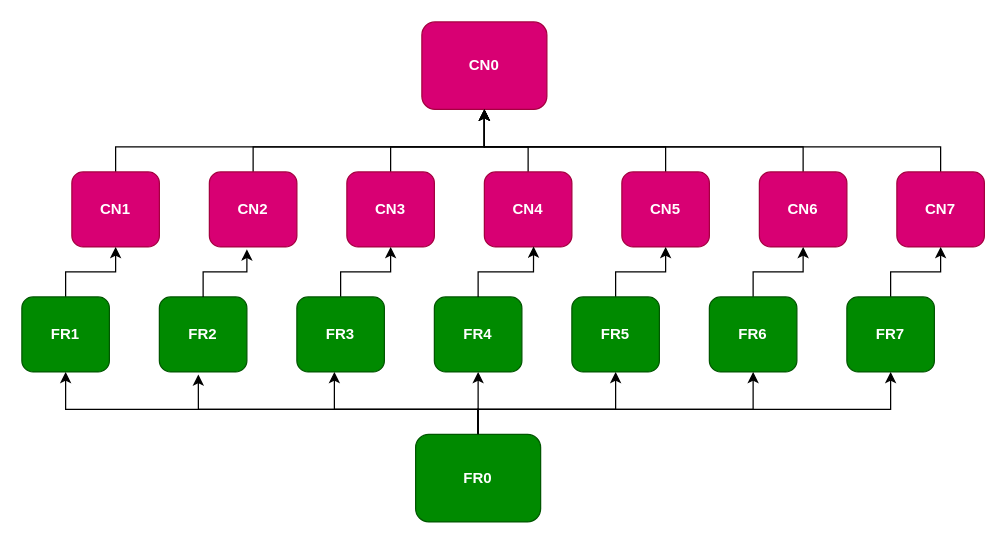
Above: page "CN & FR (Week 5)" (2 of 6) of Untitled Diagram.drawio in asdismilla/FlowChart (draw.io), before the change. Source tidied: cells renumbered, new cells numbered last; positions are measured from the earlier drawing's top-left corner, leaving out a move shared by most shapes. Both pictures are drawn from the tidied source at 125%, with x=0, y=0 at pixel (21, 21).
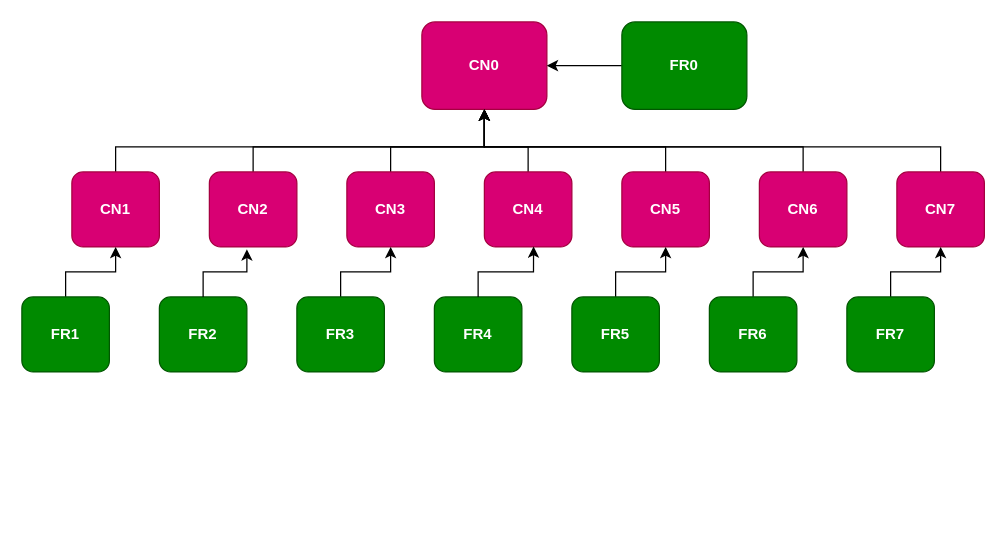
The same diagram, later.

Unchanged cells that the change refers to:
```xml
<mxCell id="2" value="&lt;b&gt;CN0&lt;/b&gt;" style="rounded=1;whiteSpace=wrap;html=1;fillColor=#d80073;fontColor=#ffffff;strokeColor=#A50040;" parent="1" vertex="1">
  <mxGeometry x="320" width="100" height="70" as="geometry" />
</mxCell>
<mxCell id="18" value="&lt;b&gt;FR7&lt;/b&gt;" style="rounded=1;whiteSpace=wrap;html=1;fillColor=#008a00;fontColor=#ffffff;strokeColor=#005700;" parent="1" vertex="1">
  <mxGeometry x="660" y="220" width="70" height="60" as="geometry" />
</mxCell>
<mxCell id="20" value="&lt;b&gt;FR6&lt;/b&gt;" style="rounded=1;whiteSpace=wrap;html=1;fillColor=#008a00;fontColor=#ffffff;strokeColor=#005700;" parent="1" vertex="1">
  <mxGeometry x="550" y="220" width="70" height="60" as="geometry" />
</mxCell>
<mxCell id="22" value="&lt;b&gt;FR5&lt;/b&gt;" style="rounded=1;whiteSpace=wrap;html=1;fillColor=#008a00;fontColor=#ffffff;strokeColor=#005700;" parent="1" vertex="1">
  <mxGeometry x="440" y="220" width="70" height="60" as="geometry" />
</mxCell>
<mxCell id="23" value="&lt;b&gt;FR4&lt;/b&gt;" style="rounded=1;whiteSpace=wrap;html=1;fillColor=#008a00;fontColor=#ffffff;strokeColor=#005700;" parent="1" vertex="1">
  <mxGeometry x="330" y="220" width="70" height="60" as="geometry" />
</mxCell>
<mxCell id="26" value="&lt;b&gt;FR2&lt;/b&gt;" style="rounded=1;whiteSpace=wrap;html=1;fillColor=#008a00;fontColor=#ffffff;strokeColor=#005700;" parent="1" vertex="1">
  <mxGeometry x="110" y="220" width="70" height="60" as="geometry" />
</mxCell>
<mxCell id="28" value="&lt;b&gt;FR1&lt;/b&gt;" style="rounded=1;whiteSpace=wrap;html=1;fillColor=#008a00;fontColor=#ffffff;strokeColor=#005700;" parent="1" vertex="1">
  <mxGeometry y="220" width="70" height="60" as="geometry" />
</mxCell>
```

Diff of the diagram source:
```diff
@@
-    <mxCell id="31" style="edgeStyle=orthogonalEdgeStyle;rounded=0;jettySize=auto;html=1;entryX=0.5;entryY=1;entryDx=0;entryDy=0;" parent="1" edge="1" source="37" target="28">
-      <mxGeometry relative="1" as="geometry">
-        <Array as="points">
-          <mxPoint x="365" y="310" />
-          <mxPoint x="35" y="310" />
-        </Array>
-      </mxGeometry>
-    </mxCell>
-    <mxCell id="32" style="edgeStyle=orthogonalEdgeStyle;rounded=0;jettySize=auto;html=1;" parent="1" edge="1" source="37">
-      <mxGeometry relative="1" as="geometry">
-        <mxPoint x="250" y="280" as="targetPoint" />
-        <Array as="points">
-          <mxPoint x="365" y="310" />
-          <mxPoint x="250" y="310" />
-        </Array>
-      </mxGeometry>
-    </mxCell>
-    <mxCell id="33" style="edgeStyle=orthogonalEdgeStyle;rounded=0;jettySize=auto;html=1;exitX=0.5;exitY=0;exitDx=0;exitDy=0;entryX=0.5;entryY=1;entryDx=0;entryDy=0;" parent="1" edge="1" source="37" target="23">
-      <mxGeometry relative="1" as="geometry" />
-    </mxCell>
-    <mxCell id="34" style="edgeStyle=orthogonalEdgeStyle;rounded=0;jettySize=auto;html=1;entryX=0.5;entryY=1;entryDx=0;entryDy=0;" parent="1" edge="1" source="37" target="22">
-      <mxGeometry relative="1" as="geometry">
-        <Array as="points">
-          <mxPoint x="365" y="310" />
-          <mxPoint x="475" y="310" />
-        </Array>
-      </mxGeometry>
-    </mxCell>
-    <mxCell id="35" style="edgeStyle=orthogonalEdgeStyle;rounded=0;jettySize=auto;html=1;" parent="1" edge="1" source="37" target="20">
-      <mxGeometry relative="1" as="geometry">
-        <Array as="points">
-          <mxPoint x="365" y="310" />
-          <mxPoint x="585" y="310" />
-        </Array>
-      </mxGeometry>
-    </mxCell>
-    <mxCell id="36" style="edgeStyle=orthogonalEdgeStyle;rounded=0;jettySize=auto;html=1;entryX=0.5;entryY=1;entryDx=0;entryDy=0;" parent="1" edge="1" source="37" target="18">
-      <mxGeometry relative="1" as="geometry">
-        <Array as="points">
-          <mxPoint x="365" y="310" />
-          <mxPoint x="695" y="310" />
-        </Array>
-      </mxGeometry>
-    </mxCell>
+    <mxCell id="39" style="edgeStyle=orthogonalEdgeStyle;rounded=0;jettySize=auto;html=1;entryX=1;entryY=0.5;entryDx=0;entryDy=0;" parent="1" edge="1" source="37" target="2">
+      <mxGeometry relative="1" as="geometry" />
+    </mxCell>
     <mxCell id="37" value="&lt;b&gt;FR0&lt;/b&gt;" style="rounded=1;whiteSpace=wrap;html=1;fillColor=#008a00;fontColor=#ffffff;strokeColor=#005700;" parent="1" vertex="1">
-      <mxGeometry x="315" y="330" width="100" height="70" as="geometry" />
+      <mxGeometry x="480" width="100" height="70" as="geometry" />
     </mxCell>
-    <mxCell id="38" style="edgeStyle=orthogonalEdgeStyle;rounded=0;jettySize=auto;html=1;exitX=0.5;exitY=0;exitDx=0;exitDy=0;entryX=0.445;entryY=1.035;entryDx=0;entryDy=0;entryPerimeter=0;" parent="1" edge="1" source="37" target="26">
-      <mxGeometry relative="1" as="geometry">
-        <Array as="points">
-          <mxPoint x="365" y="310" />
-          <mxPoint x="141" y="310" />
-        </Array>
-      </mxGeometry>
-    </mxCell>
```
